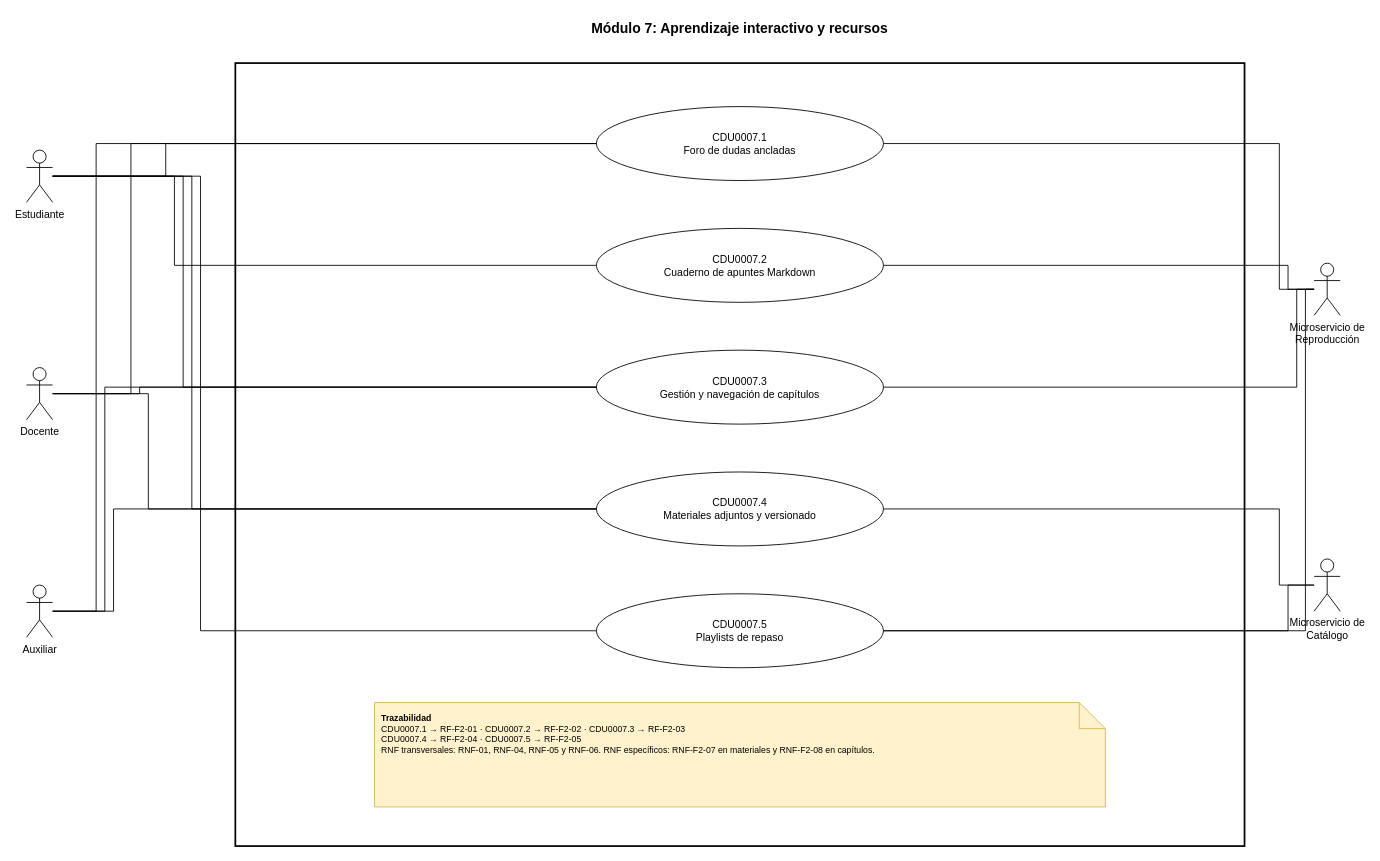
thanya-gate/SA_PROYECTO_202307691 keeps this draw.io diagram as Documentacion/CDU/XML/CDU_Expandido_M7_202307691.drawio.xml. Above is the earlier version. Source tidied: cells renumbered, new cells numbered last; positions are measured from the earlier drawing's top-left corner, leaving out a move shared by most shapes. Both pictures are drawn from the tidied source at 87%, with x=0, y=0 at pixel (26, 15).
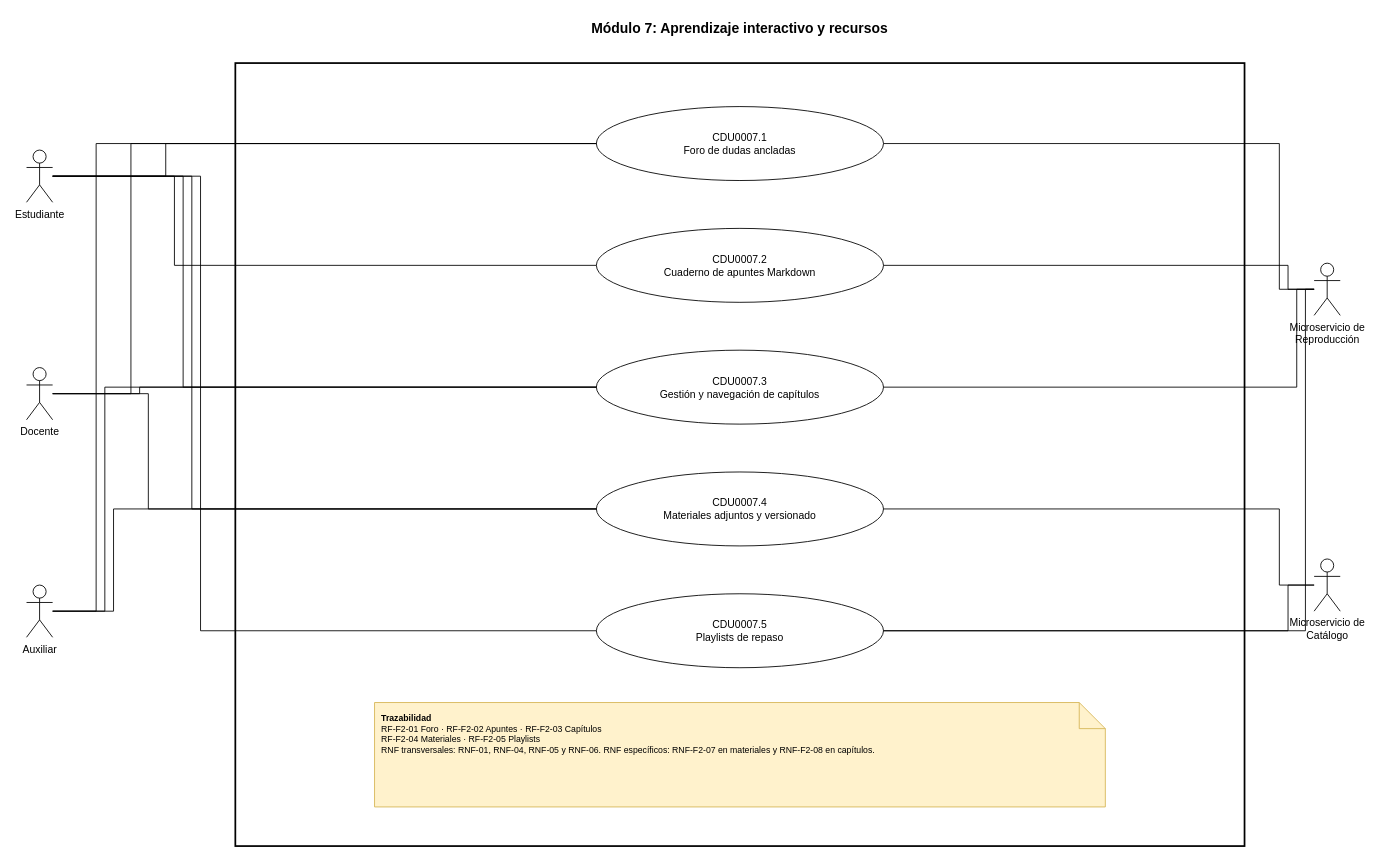
The same page after the edit.

Diff of the diagram source:
```diff
@@
-    <mxCell id="14" value="&lt;b&gt;Trazabilidad&lt;/b&gt;&lt;br&gt;CDU0007.1 → RF-F2-01 · CDU0007.2 → RF-F2-02 · CDU0007.3 → RF-F2-03&lt;br&gt;CDU0007.4 → RF-F2-04 · CDU0007.5 → RF-F2-05&lt;br&gt;RNF transversales: RNF-01, RNF-04, RNF-05 y RNF-06. RNF específicos: RNF-F2-07 en materiales y RNF-F2-08 en capítulos." style="shape=note;whiteSpace=wrap;html=1;fillColor=#fff2cc;strokeColor=#d6b656;align=left;verticalAlign=top;spacing=8;fontSize=10;" parent="1" vertex="1">
+    <mxCell id="14" value="&lt;b&gt;Trazabilidad&lt;/b&gt;&lt;br&gt;RF-F2-01 Foro · RF-F2-02 Apuntes · RF-F2-03 Capítulos&lt;br&gt;RF-F2-04 Materiales · RF-F2-05 Playlists&lt;br&gt;RNF transversales: RNF-01, RNF-04, RNF-05 y RNF-06. RNF específicos: RNF-F2-07 en materiales y RNF-F2-08 en capítulos." style="shape=note;whiteSpace=wrap;html=1;fillColor=#fff2cc;strokeColor=#d6b656;align=left;verticalAlign=top;spacing=8;fontSize=10;" parent="1" vertex="1">
       <mxGeometry x="400" y="790" width="840" height="120" as="geometry" />
     </mxCell>
```
